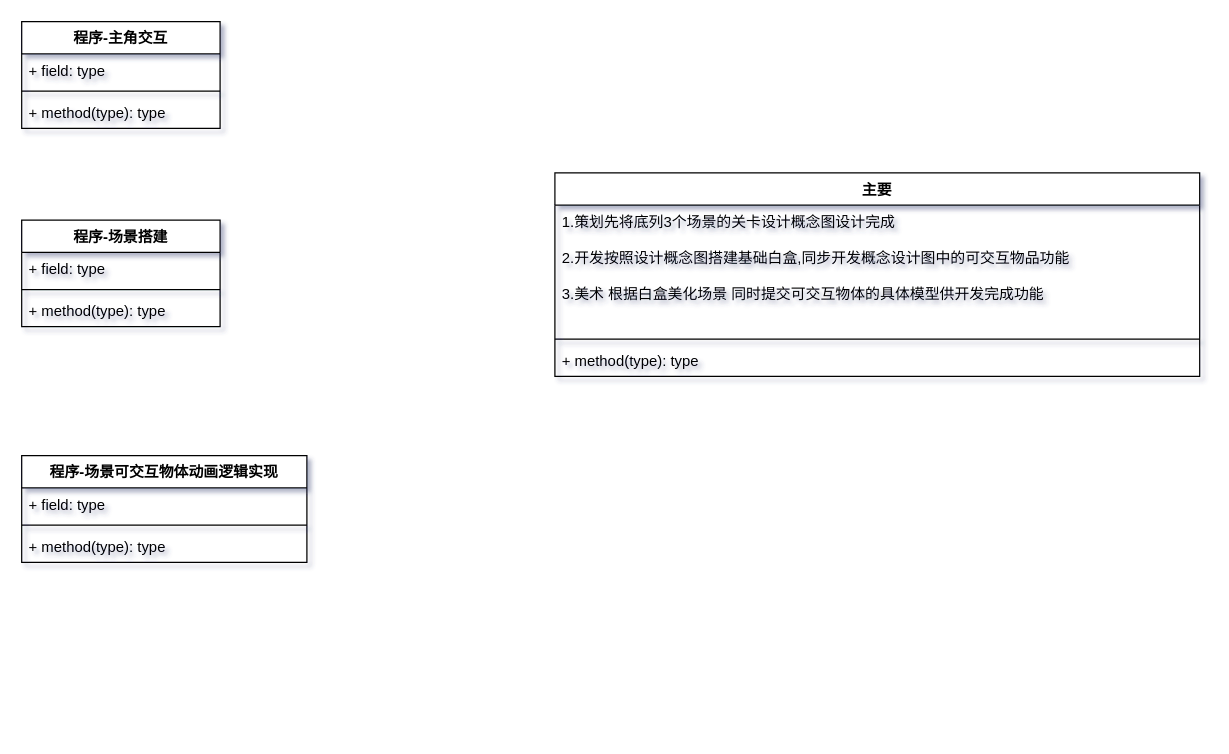
Above: page "基础分工" (1 of 4) of 未命名绘图.drawio in XDIOEZ/Game-Development-Division-of-Labor (draw.io), before the change. Source tidied: cells renumbered, new cells numbered last; positions are measured from the earlier drawing's top-left corner, leaving out a move shared by most shapes. Both pictures are drawn from the tidied source at 124%, with x=0, y=0 at pixel (21, 21).
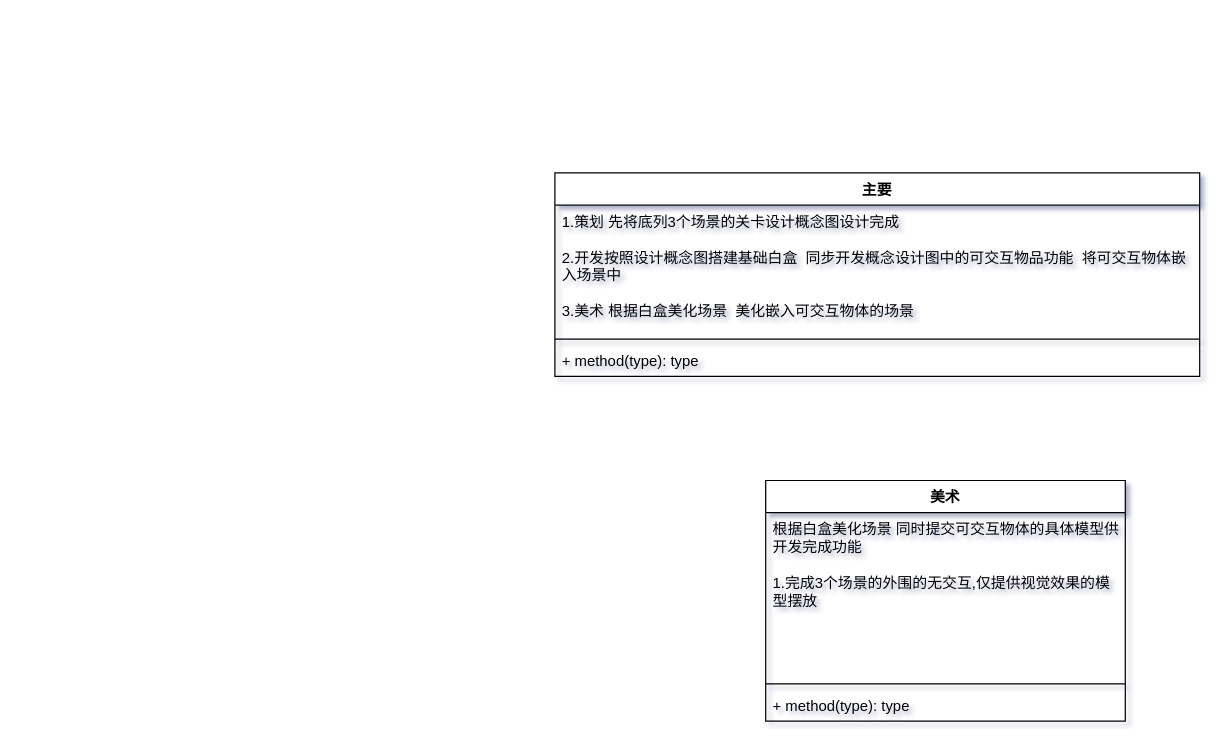
Above is the later version.

Commit message (it also covers changes not shown here):
更新未命名绘图.drawio

Change to the diagram source:
```diff
@@
 <mxGraphModel background="#FFFFFF" shadow="1">
   <root>
     <mxCell id="0" />
     <mxCell id="1" parent="0" />
-    <mxCell id="2" value="程序-主角交互" style="swimlane;fontStyle=1;align=center;verticalAlign=top;horizontal=1;startSize=26;whiteSpace=wrap;html=1;" parent="1" vertex="1">
-      <mxGeometry width="160" height="86" as="geometry" />
-    </mxCell>
-    <mxCell id="3" value="+ field: type" style="text;strokeColor=none;fillColor=none;align=left;verticalAlign=top;spacingLeft=4;spacingRight=4;overflow=hidden;whiteSpace=wrap;html=1;" parent="2" vertex="1">
-      <mxGeometry y="26" width="160" height="26" as="geometry" />
-    </mxCell>
-    <mxCell id="4" style="line;strokeWidth=1;fillColor=none;align=left;verticalAlign=middle;spacingTop=-1;spacingLeft=3;spacingRight=3;labelPosition=right;strokeColor=inherit;" parent="2" vertex="1">
-      <mxGeometry y="52" width="160" height="8" as="geometry" />
-    </mxCell>
-    <mxCell id="5" value="+ method(type): type" style="text;strokeColor=none;fillColor=none;align=left;verticalAlign=top;spacingLeft=4;spacingRight=4;overflow=hidden;whiteSpace=wrap;html=1;" parent="2" vertex="1">
-      <mxGeometry y="60" width="160" height="26" as="geometry" />
-    </mxCell>
-    <mxCell id="6" value="程序-场景搭建" style="swimlane;fontStyle=1;align=center;verticalAlign=top;horizontal=1;startSize=26;whiteSpace=wrap;html=1;" parent="1" vertex="1">
-      <mxGeometry y="160" width="160" height="86" as="geometry" />
-    </mxCell>
-    <mxCell id="7" value="+ field: type" style="text;strokeColor=none;fillColor=none;align=left;verticalAlign=top;spacingLeft=4;spacingRight=4;overflow=hidden;whiteSpace=wrap;html=1;" parent="6" vertex="1">
-      <mxGeometry y="26" width="160" height="26" as="geometry" />
-    </mxCell>
-    <mxCell id="8" style="line;strokeWidth=1;fillColor=none;align=left;verticalAlign=middle;spacingTop=-1;spacingLeft=3;spacingRight=3;labelPosition=right;strokeColor=inherit;" parent="6" vertex="1">
-      <mxGeometry y="52" width="160" height="8" as="geometry" />
-    </mxCell>
-    <mxCell id="9" value="+ method(type): type" style="text;strokeColor=none;fillColor=none;align=left;verticalAlign=top;spacingLeft=4;spacingRight=4;overflow=hidden;whiteSpace=wrap;html=1;" parent="6" vertex="1">
-      <mxGeometry y="60" width="160" height="26" as="geometry" />
-    </mxCell>
-    <mxCell id="10" value="程序-场景可交互物体动画逻辑实现" style="swimlane;fontStyle=1;align=center;verticalAlign=top;horizontal=1;startSize=26;whiteSpace=wrap;html=1;" parent="1" vertex="1">
-      <mxGeometry y="350" width="230" height="86" as="geometry" />
-    </mxCell>
-    <mxCell id="11" value="+ field: type" style="text;strokeColor=none;fillColor=none;align=left;verticalAlign=top;spacingLeft=4;spacingRight=4;overflow=hidden;whiteSpace=wrap;html=1;" parent="10" vertex="1">
-      <mxGeometry y="26" width="230" height="26" as="geometry" />
-    </mxCell>
-    <mxCell id="12" style="line;strokeWidth=1;fillColor=none;align=left;verticalAlign=middle;spacingTop=-1;spacingLeft=3;spacingRight=3;labelPosition=right;strokeColor=inherit;" parent="10" vertex="1">
-      <mxGeometry y="52" width="230" height="8" as="geometry" />
-    </mxCell>
-    <mxCell id="13" value="+ method(type): type" style="text;strokeColor=none;fillColor=none;align=left;verticalAlign=top;spacingLeft=4;spacingRight=4;overflow=hidden;whiteSpace=wrap;html=1;" parent="10" vertex="1">
-      <mxGeometry y="60" width="230" height="26" as="geometry" />
-    </mxCell>
     <mxCell id="14" value="主要" style="swimlane;fontStyle=1;align=center;verticalAlign=top;horizontal=1;startSize=26;whiteSpace=wrap;html=1;" parent="1" vertex="1">
       <mxGeometry x="430" y="122" width="520" height="164" as="geometry" />
     </mxCell>
-    <mxCell id="15" value="1.策划先将底列3个场景的关卡设计概念图设计完成&lt;div&gt;&lt;br&gt;&lt;div&gt;2.开发按照设计概念图搭建基础白盒,同步开发概念设计图中的可交互物品功能&lt;/div&gt;&lt;div&gt;&lt;br&gt;&lt;/div&gt;&lt;div&gt;3.美术 根据白盒美化场景 同时提交可交互物体的具体模型供开发完成功能&lt;/div&gt;&lt;/div&gt;" style="text;strokeColor=none;fillColor=none;align=left;verticalAlign=top;spacingLeft=4;spacingRight=4;overflow=hidden;whiteSpace=wrap;html=1;" parent="14" vertex="1">
+    <mxCell id="15" value="1.策划 先将底列3个场景的关卡设计概念图设计完成&lt;div&gt;&lt;br&gt;&lt;div&gt;2.开发按照设计概念图搭建基础白盒 &lt;span style=&quot;background-color: transparent; color: light-dark(rgb(0, 0, 0), rgb(255, 255, 255));&quot;&gt;&amp;nbsp;同步开发概念设计图中的可交互物品功能&amp;nbsp; 将可交互物体嵌入场景中&lt;/span&gt;&lt;/div&gt;&lt;div&gt;&lt;br&gt;&lt;/div&gt;&lt;div&gt;3.美术 根据白盒美化场景&amp;nbsp; 美化嵌入可交互物体的场景&lt;/div&gt;&lt;/div&gt;" style="text;strokeColor=none;fillColor=none;align=left;verticalAlign=top;spacingLeft=4;spacingRight=4;overflow=hidden;whiteSpace=wrap;html=1;" parent="14" vertex="1">
       <mxGeometry y="26" width="520" height="104" as="geometry" />
     </mxCell>
     <mxCell id="16" style="line;strokeWidth=1;fillColor=none;align=left;verticalAlign=middle;spacingTop=-1;spacingLeft=3;spacingRight=3;labelPosition=right;strokeColor=inherit;" parent="14" vertex="1">
       <mxGeometry y="130" width="520" height="8" as="geometry" />
     </mxCell>
     <mxCell id="17" value="+ method(type): type" style="text;strokeColor=none;fillColor=none;align=left;verticalAlign=top;spacingLeft=4;spacingRight=4;overflow=hidden;whiteSpace=wrap;html=1;" parent="14" vertex="1">
       <mxGeometry y="138" width="520" height="26" as="geometry" />
     </mxCell>
+    <mxCell id="18" value="美术" style="swimlane;fontStyle=1;align=center;verticalAlign=top;horizontal=1;startSize=26;whiteSpace=wrap;html=1;" parent="1" vertex="1">
+      <mxGeometry x="600" y="370" width="290" height="194" as="geometry" />
+    </mxCell>
+    <mxCell id="19" value="根据白盒美化场景 同时提交可交互物体的具体模型供开发完成功能&lt;div&gt;&lt;br&gt;&lt;/div&gt;&lt;div&gt;1.完成3个场景的外围的无交互,仅提供视觉效果的模型摆放&lt;/div&gt;" style="text;strokeColor=none;fillColor=none;align=left;verticalAlign=top;spacingLeft=4;spacingRight=4;overflow=hidden;whiteSpace=wrap;html=1;" parent="18" vertex="1">
+      <mxGeometry y="26" width="290" height="134" as="geometry" />
+    </mxCell>
+    <mxCell id="20" style="line;strokeWidth=1;fillColor=none;align=left;verticalAlign=middle;spacingTop=-1;spacingLeft=3;spacingRight=3;labelPosition=right;strokeColor=inherit;" parent="18" vertex="1">
+      <mxGeometry y="160" width="290" height="8" as="geometry" />
+    </mxCell>
+    <mxCell id="21" value="+ method(type): type" style="text;strokeColor=none;fillColor=none;align=left;verticalAlign=top;spacingLeft=4;spacingRight=4;overflow=hidden;whiteSpace=wrap;html=1;" parent="18" vertex="1">
+      <mxGeometry y="168" width="290" height="26" as="geometry" />
+    </mxCell>
   </root>
 </mxGraphModel>
```
